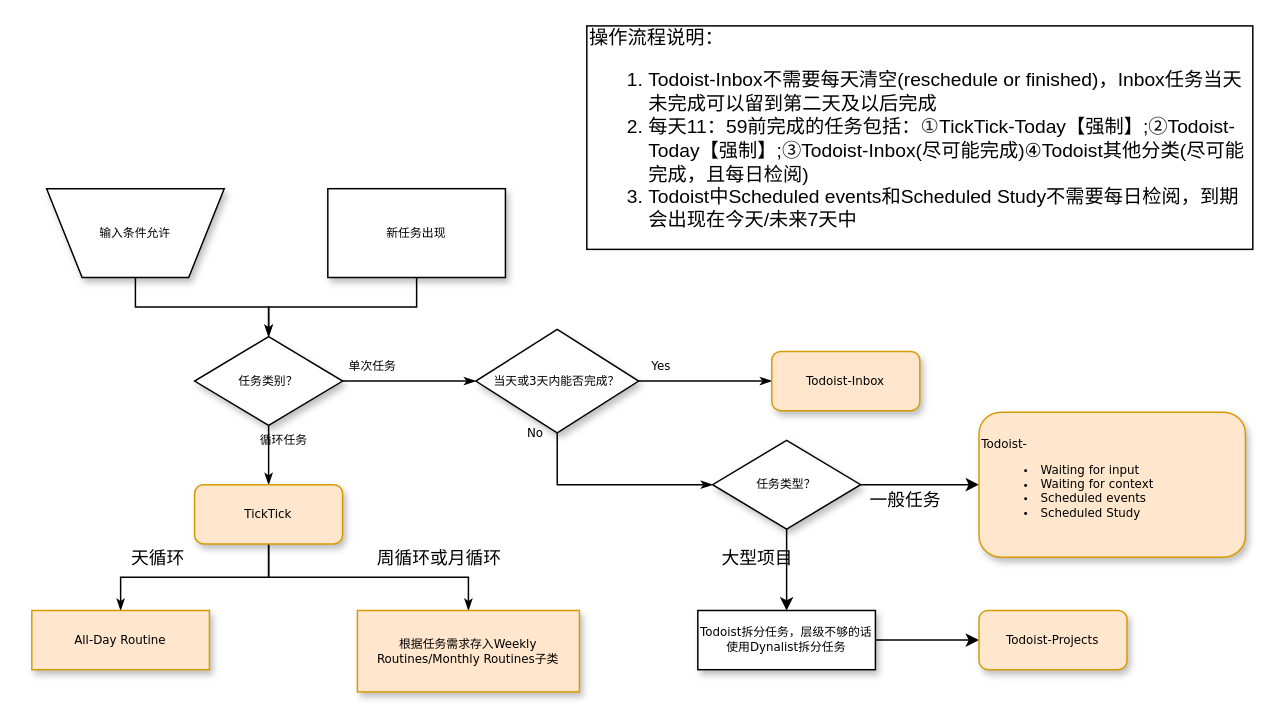
Above: Untitled Diagram.drawio in jory18/jory18.github.io (draw.io), before the change. Source tidied: cells renumbered, new cells numbered last; positions are measured from the earlier drawing's top-left corner, leaving out a move shared by most shapes. Both pictures are drawn from the tidied source at 148%, with x=0, y=0 at pixel (31, 25).
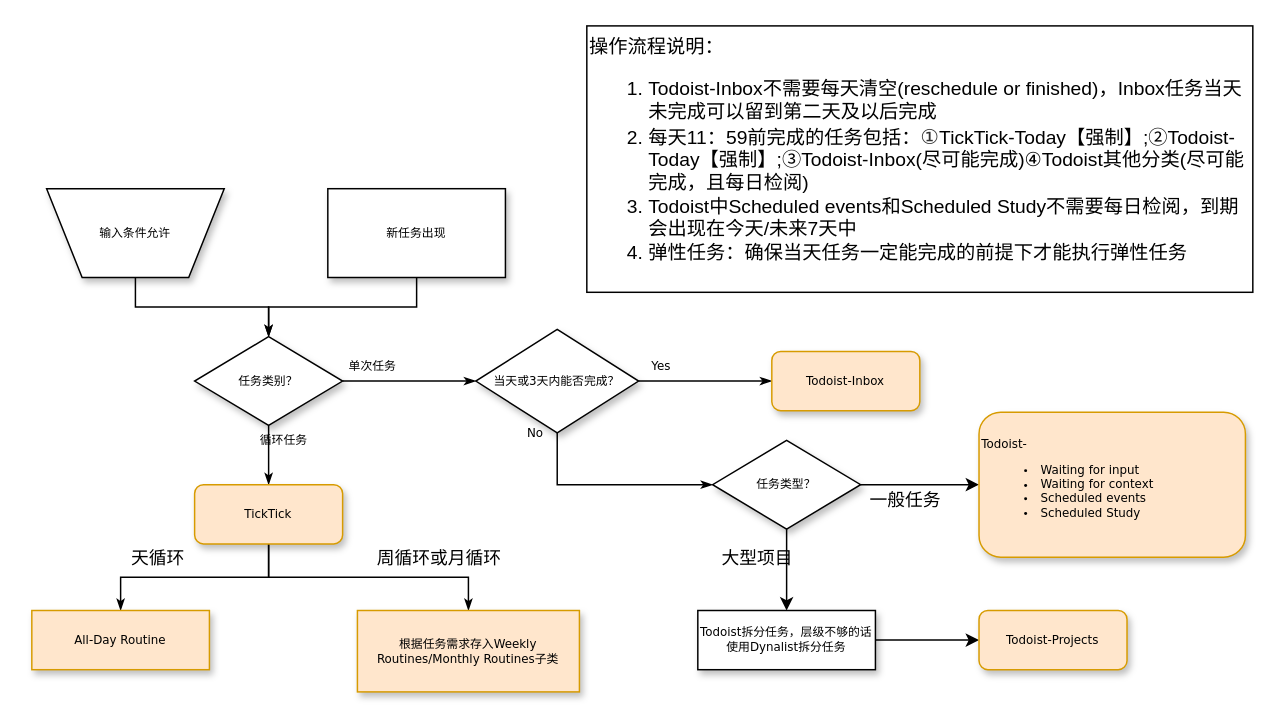
The same diagram, later.

What changed in the source:
```diff
@@
-    <mxCell id="29" value="操作流程说明：&lt;br style=&quot;font-size: 13px&quot;&gt;&lt;ol style=&quot;font-size: 13px&quot;&gt;&lt;li style=&quot;font-size: 13px&quot;&gt;Todoist-Inbox不需要每天清空(reschedule or finished)，Inbox任务当天未完成可以留到第二天及以后完成&lt;/li&gt;&lt;li style=&quot;font-size: 13px&quot;&gt;每天11：59前完成的任务包括：&lt;span style=&quot;color: rgb(51 , 51 , 51) ; font-family: &amp;#34;verdana&amp;#34; , &amp;#34;arial&amp;#34; , &amp;#34;tahoma&amp;#34; ; font-size: 14px ; background-color: rgb(255 , 255 , 255)&quot;&gt;①&lt;/span&gt;TickTick-Today【强制】;②Todoist-Today【强制】;③Todoist-Inbox(尽可能完成)④Todoist其他分类(尽可能完成，且每日检阅)&lt;/li&gt;&lt;li style=&quot;font-size: 13px&quot;&gt;Todoist中Scheduled events和Scheduled Study不需要每日检阅，到期会出现在今天/未来7天中&lt;/li&gt;&lt;/ol&gt;" style="rounded=0;whiteSpace=wrap;html=1;align=left;fontSize=13;" parent="1" vertex="1">
-      <mxGeometry x="375" width="450" height="151" as="geometry" />
+    <mxCell id="29" value="操作流程说明：&lt;br style=&quot;font-size: 13px&quot;&gt;&lt;ol style=&quot;font-size: 13px&quot;&gt;&lt;li style=&quot;font-size: 13px&quot;&gt;Todoist-Inbox不需要每天清空(reschedule or finished)，Inbox任务当天未完成可以留到第二天及以后完成&lt;/li&gt;&lt;li style=&quot;font-size: 13px&quot;&gt;每天11：59前完成的任务包括：&lt;span style=&quot;color: rgb(51 , 51 , 51) ; font-family: &amp;#34;verdana&amp;#34; , &amp;#34;arial&amp;#34; , &amp;#34;tahoma&amp;#34; ; font-size: 14px ; background-color: rgb(255 , 255 , 255)&quot;&gt;①&lt;/span&gt;TickTick-Today【强制】;②Todoist-Today【强制】;③Todoist-Inbox(尽可能完成)④Todoist其他分类(尽可能完成，且每日检阅)&lt;/li&gt;&lt;li style=&quot;font-size: 13px&quot;&gt;Todoist中Scheduled events和Scheduled Study不需要每日检阅，到期会出现在今天/未来7天中&lt;/li&gt;&lt;li style=&quot;font-size: 13px&quot;&gt;弹性任务：确保当天任务一定能完成的前提下才能执行弹性任务&lt;/li&gt;&lt;/ol&gt;" style="rounded=0;whiteSpace=wrap;html=1;align=left;fontSize=13;" parent="1" vertex="1">
+      <mxGeometry x="375" width="450" height="180" as="geometry" />
     </mxCell>
```
